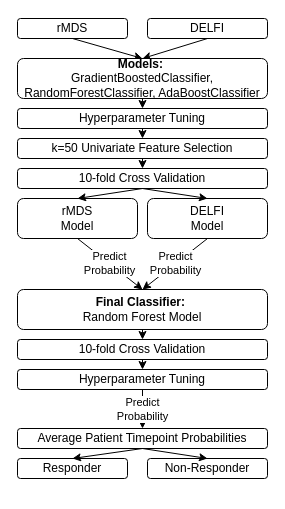
bananasrlowkeygood/bananasrlowkeygood.github.io keeps this draw.io diagram as epifluidlab/F3A.drawio. Above is the earlier version. Source tidied: cells renumbered, new cells numbered last; positions are measured from the earlier drawing's top-left corner, leaving out a move shared by most shapes. Both pictures are drawn from the tidied source at 100%, with x=0, y=0 at pixel (17, 18).
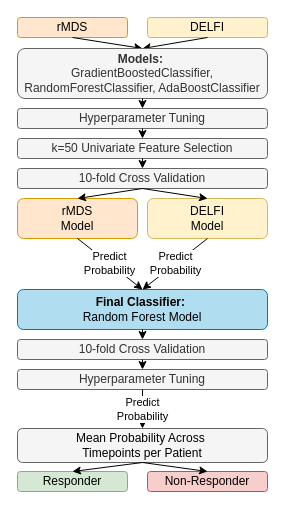
After the change.

The edit, as a diff of the source:
```diff
@@
-    <mxCell id="2" value="rMDS" style="rounded=1;whiteSpace=wrap;html=1;" parent="1" vertex="1">
-      <mxGeometry width="110" height="20" as="geometry" />
+    <mxCell id="2" value="rMDS" style="rounded=1;whiteSpace=wrap;html=1;fillColor=#ffe6cc;strokeColor=#d79b00;" parent="1" vertex="1">
+      <mxGeometry y="-1" width="110" height="20" as="geometry" />
     </mxCell>
-    <mxCell id="3" value="DELFI" style="rounded=1;whiteSpace=wrap;html=1;" parent="1" vertex="1">
-      <mxGeometry x="130" width="120" height="20" as="geometry" />
+    <mxCell id="3" value="DELFI" style="rounded=1;whiteSpace=wrap;html=1;fillColor=#fff2cc;strokeColor=#d6b656;" parent="1" vertex="1">
+      <mxGeometry x="130" y="-1" width="120" height="20" as="geometry" />
     </mxCell>
@@
-    <mxCell id="6" value="&lt;b&gt;Models:&amp;nbsp;&lt;/b&gt;&lt;div&gt;GradientBoostedClassifier, RandomForestClassifier, AdaBoostClassifier&lt;/div&gt;" style="rounded=1;whiteSpace=wrap;html=1;" parent="1" vertex="1">
-      <mxGeometry y="40" width="250" height="40" as="geometry" />
+    <mxCell id="6" value="&lt;b&gt;Models:&amp;nbsp;&lt;/b&gt;&lt;div&gt;GradientBoostedClassifier, RandomForestClassifier, AdaBoostClassifier&lt;/div&gt;" style="rounded=1;whiteSpace=wrap;html=1;fillColor=#f5f5f5;fontColor=#333333;strokeColor=#666666;" parent="1" vertex="1">
+      <mxGeometry y="30" width="250" height="50" as="geometry" />
     </mxCell>
-    <mxCell id="7" value="Hyperparameter Tuning" style="rounded=1;whiteSpace=wrap;html=1;" parent="1" vertex="1">
+    <mxCell id="7" value="Hyperparameter Tuning" style="rounded=1;whiteSpace=wrap;html=1;fillColor=#f5f5f5;fontColor=#333333;strokeColor=#666666;" parent="1" vertex="1">
       <mxGeometry y="90" width="250" height="20" as="geometry" />
     </mxCell>
-    <mxCell id="8" value="k=50 Univariate Feature Selection" style="rounded=1;whiteSpace=wrap;html=1;" parent="1" vertex="1">
+    <mxCell id="8" value="k=50 Univariate Feature Selection" style="rounded=1;whiteSpace=wrap;html=1;fillColor=#f5f5f5;fontColor=#333333;strokeColor=#666666;" parent="1" vertex="1">
       <mxGeometry y="120" width="250" height="20" as="geometry" />
     </mxCell>
-    <mxCell id="9" value="10-fold Cross Validation" style="rounded=1;whiteSpace=wrap;html=1;" parent="1" vertex="1">
+    <mxCell id="9" value="10-fold Cross Validation" style="rounded=1;whiteSpace=wrap;html=1;fillColor=#f5f5f5;fontColor=#333333;strokeColor=#666666;" parent="1" vertex="1">
       <mxGeometry y="150" width="250" height="20" as="geometry" />
     </mxCell>
-    <mxCell id="10" value="DELFI&lt;div&gt;Model&lt;/div&gt;" style="rounded=1;whiteSpace=wrap;html=1;" parent="1" vertex="1">
+    <mxCell id="10" value="DELFI&lt;div&gt;Model&lt;/div&gt;" style="rounded=1;whiteSpace=wrap;html=1;fillColor=#fff2cc;strokeColor=#d6b656;" parent="1" vertex="1">
       <mxGeometry x="130" y="180" width="120" height="40" as="geometry" />
     </mxCell>
-    <mxCell id="11" value="rMDS&lt;div&gt;Model&lt;/div&gt;" style="rounded=1;whiteSpace=wrap;html=1;" parent="1" vertex="1">
+    <mxCell id="11" value="rMDS&lt;div&gt;Model&lt;/div&gt;" style="rounded=1;whiteSpace=wrap;html=1;fillColor=#ffe6cc;strokeColor=#d79b00;" parent="1" vertex="1">
       <mxGeometry y="180" width="120" height="40" as="geometry" />
     </mxCell>
@@
-    <mxCell id="14" value="&lt;b&gt;Final Classifier:&lt;/b&gt;&amp;nbsp;&lt;div&gt;Random Forest Model&lt;/div&gt;" style="rounded=1;whiteSpace=wrap;html=1;" parent="1" vertex="1">
+    <mxCell id="14" value="&lt;b&gt;Final Classifier:&lt;/b&gt;&amp;nbsp;&lt;div&gt;Random Forest Model&lt;/div&gt;" style="rounded=1;whiteSpace=wrap;html=1;fillColor=#b1ddf0;strokeColor=#10739e;" parent="1" vertex="1">
       <mxGeometry y="271" width="250" height="40" as="geometry" />
     </mxCell>
-    <mxCell id="15" value="Hyperparameter Tuning" style="rounded=1;whiteSpace=wrap;html=1;" parent="1" vertex="1">
+    <mxCell id="15" value="Hyperparameter Tuning" style="rounded=1;whiteSpace=wrap;html=1;fillColor=#f5f5f5;fontColor=#333333;strokeColor=#666666;" parent="1" vertex="1">
       <mxGeometry y="351" width="250" height="20" as="geometry" />
     </mxCell>
-    <mxCell id="16" value="10-fold Cross Validation" style="rounded=1;whiteSpace=wrap;html=1;" parent="1" vertex="1">
+    <mxCell id="16" value="10-fold Cross Validation" style="rounded=1;whiteSpace=wrap;html=1;fillColor=#f5f5f5;fontColor=#333333;strokeColor=#666666;" parent="1" vertex="1">
       <mxGeometry y="321" width="250" height="20" as="geometry" />
     </mxCell>
@@
-    <mxCell id="24" value="Average Patient Timepoint Probabilities" style="rounded=1;whiteSpace=wrap;html=1;" parent="1" vertex="1">
-      <mxGeometry y="410" width="250" height="20" as="geometry" />
+    <mxCell id="24" value="&lt;span style=&quot;text-align: start; caret-color: rgb(0, 0, 0); color: rgb(0, 0, 0);&quot;&gt;Mean Probability Across&amp;nbsp;&lt;/span&gt;&lt;div&gt;&lt;span style=&quot;text-align: start; caret-color: rgb(0, 0, 0); color: rgb(0, 0, 0);&quot;&gt;Timepoints per Patient&lt;/span&gt;&lt;br&gt;&lt;/div&gt;" style="rounded=1;whiteSpace=wrap;html=1;fillColor=#f5f5f5;fontColor=#333333;strokeColor=#666666;" parent="1" vertex="1">
+      <mxGeometry y="410" width="250" height="34" as="geometry" />
     </mxCell>
@@
-    <mxCell id="26" value="Responder" style="rounded=1;whiteSpace=wrap;html=1;" parent="1" vertex="1">
-      <mxGeometry y="440" width="110" height="20" as="geometry" />
+    <mxCell id="26" value="Responder" style="rounded=1;whiteSpace=wrap;html=1;fillColor=#d5e8d4;strokeColor=#82b366;" parent="1" vertex="1">
+      <mxGeometry y="453" width="110" height="20" as="geometry" />
     </mxCell>
-    <mxCell id="27" value="Non-Responder" style="rounded=1;whiteSpace=wrap;html=1;" parent="1" vertex="1">
-      <mxGeometry x="130" y="440" width="120" height="20" as="geometry" />
+    <mxCell id="27" value="Non-Responder" style="rounded=1;whiteSpace=wrap;html=1;fillColor=#f8cecc;strokeColor=#b85450;" parent="1" vertex="1">
+      <mxGeometry x="130" y="453" width="120" height="20" as="geometry" />
     </mxCell>
```
